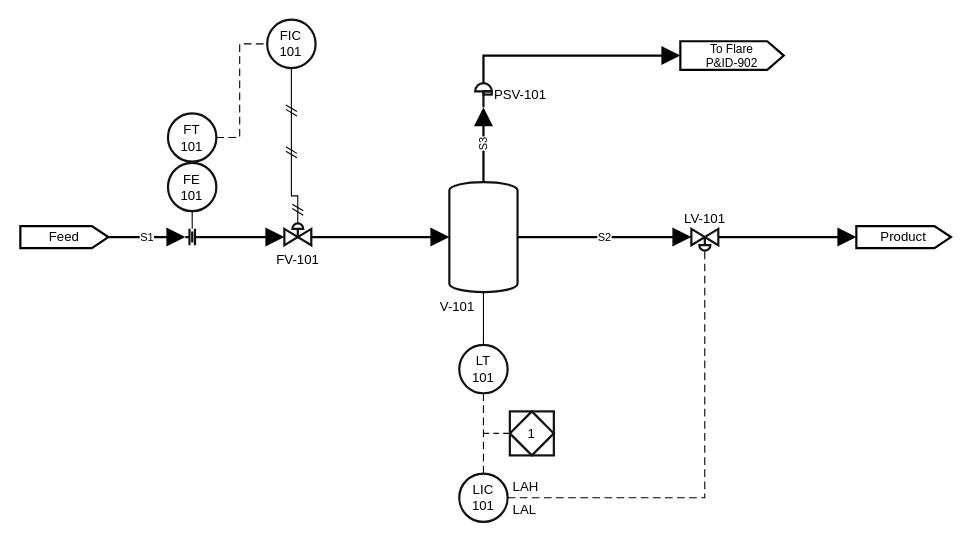
Alpha9463/pandid keeps this draw.io diagram as drawio-samples/04_control_loop.drawio. Above is the earlier version. Source tidied: cells renumbered, new cells numbered last; positions are measured from the earlier drawing's top-left corner, leaving out a move shared by most shapes. Both pictures are drawn from the tidied source at 110%, with x=0, y=0 at pixel (20, 19).
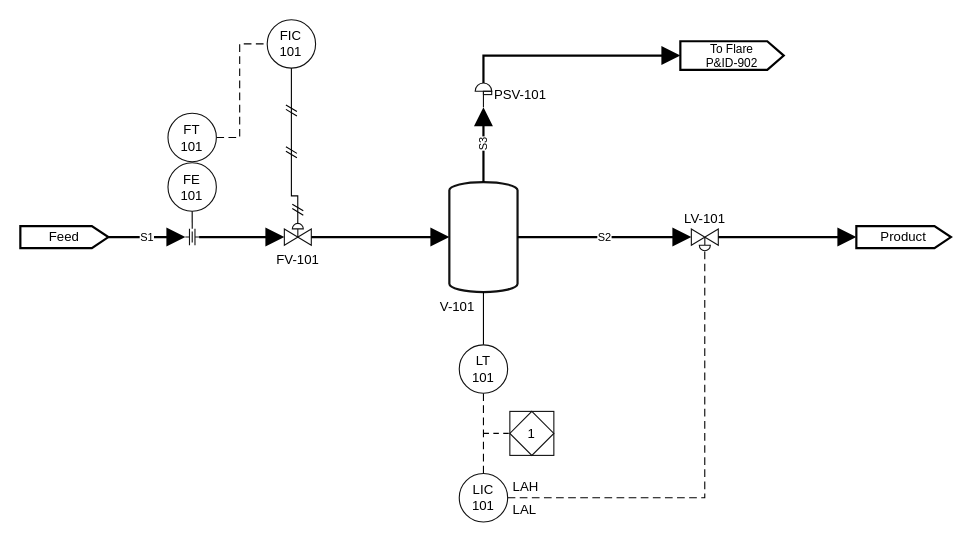
The same page after the edit.

Diff of the diagram source:
```diff
@@
-    <mxCell id="3" value="FV-101" style="html=1;shape=mxgraph.pid.valves.pneumatic_operated;outlineConnect=0;strokeColor=#111;fillColor=#ffffff;strokeWidth=2;verticalLabelPosition=bottom;verticalAlign=top;align=center;fontSize=12;" parent="1" vertex="1">
+    <mxCell id="3" value="FV-101" style="html=1;shape=mxgraph.pid.valves.pneumatic_operated;outlineConnect=0;strokeColor=#111;fillColor=#ffffff;strokeWidth=1;verticalLabelPosition=bottom;verticalAlign=top;align=center;fontSize=12;" parent="1" vertex="1">
       <mxGeometry x="240" y="185.6" width="24.5" height="19.8" as="geometry" />
     </mxCell>
@@
-    <mxCell id="5" style="html=1;shape=mxgraph.pid.valves.orifice;outlineConnect=0;strokeColor=#111;fillColor=#ffffff;strokeWidth=2;verticalLabelPosition=top;verticalAlign=bottom;align=center;fontSize=12;" parent="1" vertex="1">
+    <mxCell id="5" style="html=1;shape=mxgraph.pid.valves.orifice;outlineConnect=0;strokeColor=#111;fillColor=#ffffff;strokeWidth=1;verticalLabelPosition=top;verticalAlign=bottom;align=center;fontSize=12;" parent="1" vertex="1">
       <mxGeometry x="150" y="190.5" width="12.5" height="15" as="geometry" />
     </mxCell>
-    <mxCell id="6" value="LV-101" style="html=1;shape=mxgraph.pid.valves.pneumatic_operated;outlineConnect=0;strokeColor=#111;fillColor=#ffffff;strokeWidth=2;verticalLabelPosition=top;verticalAlign=bottom;align=center;fontSize=12;flipV=1;" parent="1" vertex="1">
+    <mxCell id="6" value="LV-101" style="html=1;shape=mxgraph.pid.valves.pneumatic_operated;outlineConnect=0;strokeColor=#111;fillColor=#ffffff;strokeWidth=1;verticalLabelPosition=top;verticalAlign=bottom;align=center;fontSize=12;flipV=1;" parent="1" vertex="1">
       <mxGeometry x="610" y="190.6" width="24.5" height="19.8" as="geometry" />
     </mxCell>
@@
-    <mxCell id="8" value="PSV-101" style="html=1;shape=mxgraph.pid.valves.relief_prv;outlineConnect=0;strokeColor=#111;fillColor=#ffffff;strokeWidth=2;labelPosition=right;align=left;verticalLabelPosition=middle;verticalAlign=middle;fontSize=12;" parent="1" vertex="1">
+    <mxCell id="8" value="PSV-101" style="html=1;shape=mxgraph.pid.valves.relief_prv;outlineConnect=0;strokeColor=#111;fillColor=#ffffff;strokeWidth=1;labelPosition=right;align=left;verticalLabelPosition=middle;verticalAlign=middle;fontSize=12;" parent="1" vertex="1">
       <mxGeometry x="413.5" y="58" width="15" height="22.1" as="geometry" />
     </mxCell>
@@
-    <mxCell id="30" value="FE&lt;br&gt;101" style="html=1;shape=ellipse;rounded=0;whiteSpace=wrap;strokeColor=#111;fillColor=#ffffff;strokeWidth=2;verticalLabelPosition=middle;verticalAlign=middle;align=center;fontSize=12;" parent="1" vertex="1">
+    <mxCell id="30" value="FE&lt;br&gt;101" style="html=1;shape=ellipse;rounded=0;whiteSpace=wrap;strokeColor=#111;fillColor=#ffffff;strokeWidth=1;verticalLabelPosition=middle;verticalAlign=middle;align=center;fontSize=12;" parent="1" vertex="1">
       <mxGeometry x="134.2" y="130.5" width="44" height="44" as="geometry" />
     </mxCell>
-    <mxCell id="31" value="FT&lt;br&gt;101" style="html=1;shape=ellipse;rounded=0;whiteSpace=wrap;strokeColor=#111;fillColor=#ffffff;strokeWidth=2;verticalLabelPosition=middle;verticalAlign=middle;align=center;fontSize=12;" parent="1" vertex="1">
+    <mxCell id="31" value="FT&lt;br&gt;101" style="html=1;shape=ellipse;rounded=0;whiteSpace=wrap;strokeColor=#111;fillColor=#ffffff;strokeWidth=1;verticalLabelPosition=middle;verticalAlign=middle;align=center;fontSize=12;" parent="1" vertex="1">
       <mxGeometry x="134.2" y="85.5" width="44" height="44" as="geometry" />
     </mxCell>
-    <mxCell id="32" value="FIC&lt;br&gt;101" style="html=1;shape=ellipse;rounded=0;whiteSpace=wrap;strokeColor=#111;fillColor=#ffffff;strokeWidth=2;verticalLabelPosition=middle;verticalAlign=middle;align=center;fontSize=12;" parent="1" vertex="1">
+    <mxCell id="32" value="FIC&lt;br&gt;101" style="html=1;shape=ellipse;rounded=0;whiteSpace=wrap;strokeColor=#111;fillColor=#ffffff;strokeWidth=1;verticalLabelPosition=middle;verticalAlign=middle;align=center;fontSize=12;" parent="1" vertex="1">
       <mxGeometry x="224.4" y="0.4" width="44" height="44" as="geometry" />
     </mxCell>
-    <mxCell id="33" value="LT&lt;br&gt;101" style="html=1;shape=ellipse;rounded=0;whiteSpace=wrap;strokeColor=#111;fillColor=#ffffff;strokeWidth=2;verticalLabelPosition=middle;verticalAlign=middle;align=center;fontSize=12;" parent="1" vertex="1">
+    <mxCell id="33" value="LT&lt;br&gt;101" style="html=1;shape=ellipse;rounded=0;whiteSpace=wrap;strokeColor=#111;fillColor=#ffffff;strokeWidth=1;verticalLabelPosition=middle;verticalAlign=middle;align=center;fontSize=12;" parent="1" vertex="1">
       <mxGeometry x="399" y="296" width="44" height="44" as="geometry" />
     </mxCell>
-    <mxCell id="34" value="LIC&lt;br&gt;101" style="html=1;shape=ellipse;rounded=0;whiteSpace=wrap;strokeColor=#111;fillColor=#ffffff;strokeWidth=2;verticalLabelPosition=middle;verticalAlign=middle;align=center;fontSize=12;" parent="1" vertex="1">
+    <mxCell id="34" value="LIC&lt;br&gt;101" style="html=1;shape=ellipse;rounded=0;whiteSpace=wrap;strokeColor=#111;fillColor=#ffffff;strokeWidth=1;verticalLabelPosition=middle;verticalAlign=middle;align=center;fontSize=12;" parent="1" vertex="1">
       <mxGeometry x="399" y="413" width="44" height="44" as="geometry" />
     </mxCell>
-    <mxCell id="35" value="1" style="html=1;rounded=0;whiteSpace=wrap;strokeColor=#111;fillColor=#ffffff;strokeWidth=2;verticalLabelPosition=middle;verticalAlign=middle;align=center;fontSize=12;" parent="1" vertex="1">
+    <mxCell id="35" value="1" style="html=1;rounded=0;whiteSpace=wrap;strokeColor=#111;fillColor=#ffffff;strokeWidth=1;verticalLabelPosition=middle;verticalAlign=middle;align=center;fontSize=12;" parent="1" vertex="1">
       <mxGeometry x="445" y="356.5" width="40" height="40" as="geometry" />
     </mxCell>
-    <mxCell id="36" style="shape=rhombus;rounded=0;html=1;strokeColor=#111;fillColor=none;strokeWidth=2;" parent="35" vertex="1">
+    <mxCell id="36" style="shape=rhombus;rounded=0;html=1;strokeColor=#111;fillColor=none;strokeWidth=1;" parent="35" vertex="1">
       <mxGeometry width="40" height="40" as="geometry" />
     </mxCell>
```
